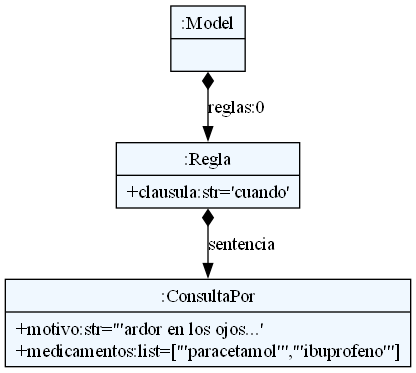
The Graphviz diagram dsl/ast.png in Patrick-beep-ui/KURE, before a commit. Its source is kept beside it as dsl/ast.dot.
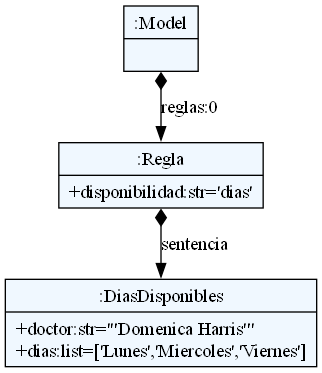
After the commit.

Commit message:
DiasDisponibles rule save and validation

What changed in the source:
```diff
@@ -10,10 +10,10 @@
     edge[dir=black,arrowtail=empty]
 
 
-1596756318480 -> 1596756318624 [label="reglas:0" arrowtail=diamond dir=both]
-1596756318624 -> 1596756318720 [label="sentencia" arrowtail=diamond dir=both]
-1596756318720[label="{:ConsultaPor|+motivo:str='\"ardor en los ojos\...'\l+medicamentos:list=['\"paracetamol\"','\"ibuprofeno\"']\l}"]
-1596756318624[label="{:Regla|+clausula:str='cuando'\l}"]
-1596756318480[label="{:Model|}"]
+2333639581312 -> 2333639581264 [label="reglas:0" arrowtail=diamond dir=both]
+2333639581264 -> 2333639581024 [label="sentencia" arrowtail=diamond dir=both]
+2333639581024[label="{:DiasDisponibles|+doctor:str='\"Domenica Harris\"'\l+dias:list=['Lunes','Miercoles','Viernes']\l}"]
+2333639581264[label="{:Regla|+disponibilidad:str='dias'\l}"]
+2333639581312[label="{:Model|}"]
 
 }
```
